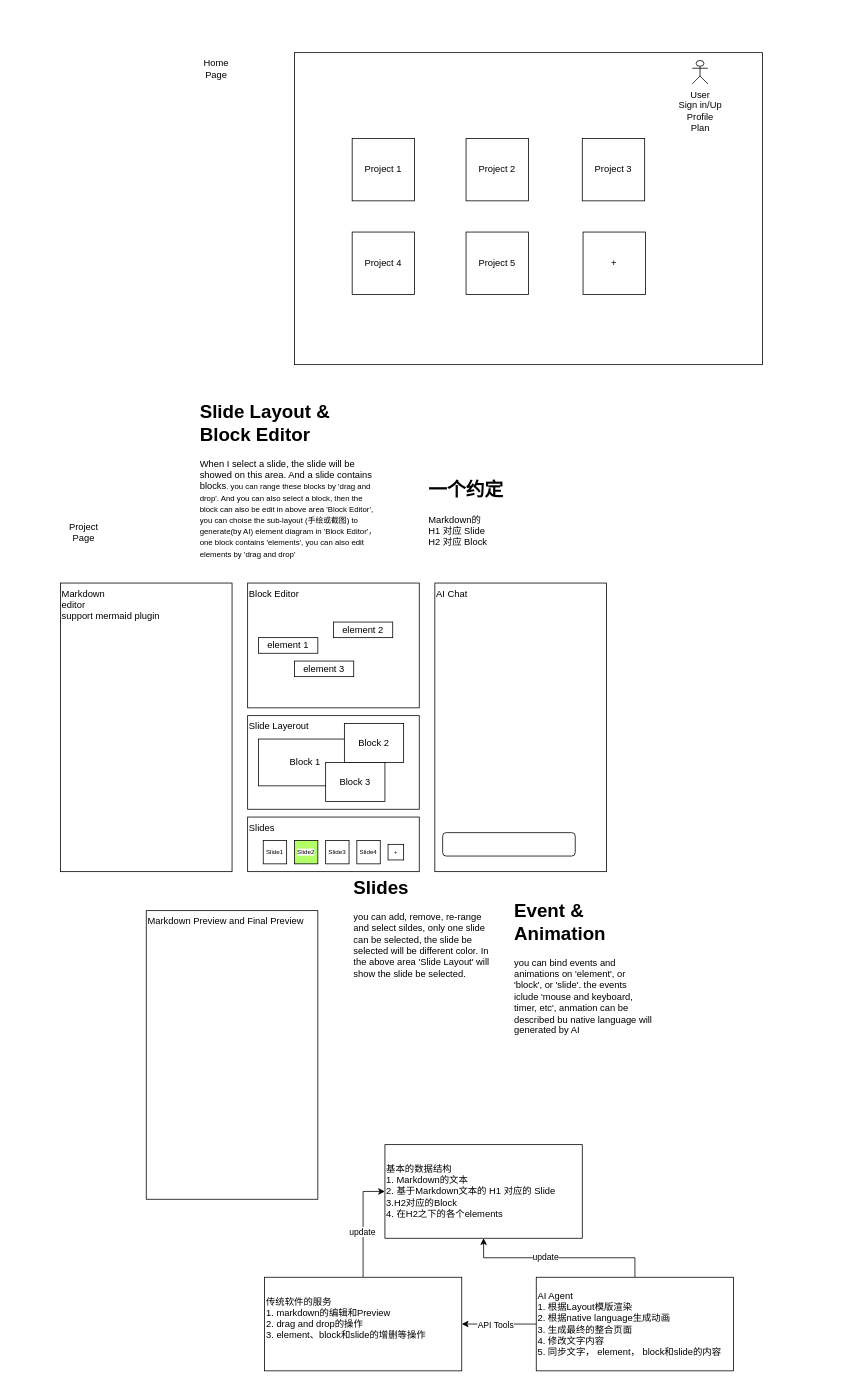
The draw.io diagram 未命名绘图.drawio in quboqin/drawio, before the edit. Source tidied: cells renumbered, new cells numbered last; positions are measured from the earlier drawing's top-left corner, leaving out a move shared by most shapes. Both pictures are drawn from the tidied source at 78%, with x=0, y=0 at pixel (60, 52).
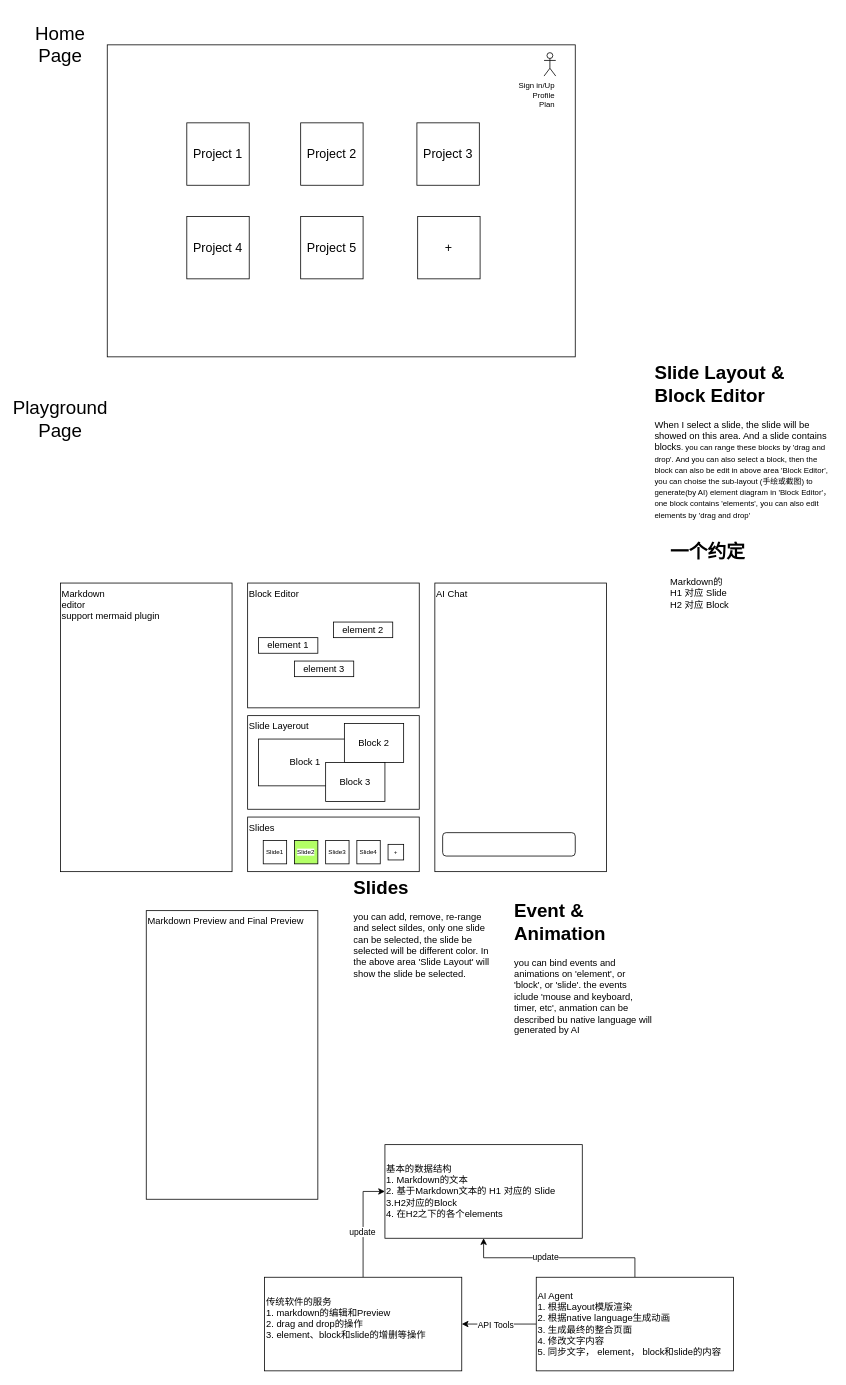
The same page after the edit.

Commit message:
更新未命名绘图.drawio

The edit, as a diff of the source:
```diff
@@
     <mxCell id="16" value="&lt;h1 style=&quot;margin-top: 0px;&quot;&gt;Slide Layout &amp;amp; Block Editor&lt;/h1&gt;&lt;p&gt;When I select a slide, the slide will be showed on this area. And a slide contains blocks&lt;span style=&quot;font-size: 10px;&quot;&gt;. you can range these blocks by 'drag and drop'. And you can also select a block, then the block can also be edit in above area 'Block Editor', you can choise the sub-layout (手绘或截图) to generate(by AI) element diagram in '&lt;/span&gt;&lt;span style=&quot;font-size: 10px; background-color: transparent; color: light-dark(rgb(0, 0, 0), rgb(255, 255, 255));&quot;&gt;Block Editor&lt;/span&gt;&lt;span style=&quot;font-size: 10px; background-color: transparent; color: light-dark(rgb(0, 0, 0), rgb(255, 255, 255));&quot;&gt;'， one block contains 'elements', you can also edit elements by 'drag and drop'&lt;/span&gt;&lt;/p&gt;" style="text;html=1;whiteSpace=wrap;overflow=hidden;rounded=0;" parent="1" vertex="1">
-      <mxGeometry x="177" y="440" width="230" height="240" as="geometry" />
+      <mxGeometry x="760" y="390" width="230" height="240" as="geometry" />
     </mxCell>
     <mxCell id="17" value="&lt;h1 style=&quot;margin-top: 0px;&quot;&gt;一个约定&lt;/h1&gt;&lt;div&gt;Markdown的&lt;/div&gt;&lt;div&gt;H1 对应 Slide&lt;/div&gt;&lt;div&gt;H2 对应 Block&lt;/div&gt;&lt;h1 style=&quot;margin-top: 0px;&quot;&gt;&lt;/h1&gt;" style="text;html=1;whiteSpace=wrap;overflow=hidden;rounded=0;" parent="1" vertex="1">
-      <mxGeometry x="470" y="540" width="180" height="110" as="geometry" />
+      <mxGeometry x="780" y="620" width="180" height="110" as="geometry" />
     </mxCell>
@@
     <mxCell id="34" style="rounded=0;whiteSpace=wrap;html=1;" parent="1" vertex="1">
-      <mxGeometry x="300" width="600" height="400" as="geometry" />
+      <mxGeometry x="60" y="-10" width="600" height="400" as="geometry" />
     </mxCell>
-    <mxCell id="35" value="Home Page" style="text;html=1;align=center;verticalAlign=middle;whiteSpace=wrap;rounded=0;" parent="1" vertex="1">
-      <mxGeometry x="170" y="6" width="60" height="30" as="geometry" />
+    <mxCell id="35" value="Home Page" style="text;html=1;align=center;verticalAlign=middle;whiteSpace=wrap;rounded=0;fontSize=24;" parent="1" vertex="1">
+      <mxGeometry x="-60" y="-50" width="120" height="80" as="geometry" />
     </mxCell>
-    <mxCell id="36" value="User&lt;div&gt;Sign in/Up&lt;/div&gt;&lt;div&gt;Profile&lt;/div&gt;&lt;div&gt;Plan&lt;/div&gt;" style="shape=umlActor;verticalLabelPosition=bottom;verticalAlign=top;html=1;" parent="1" vertex="1">
-      <mxGeometry x="810" y="10" width="20" height="30" as="geometry" />
+    <mxCell id="36" value="&lt;div&gt;Sign in/Up&lt;/div&gt;&lt;div&gt;Profile&lt;/div&gt;&lt;div&gt;Plan&lt;/div&gt;" style="shape=umlActor;verticalLabelPosition=bottom;verticalAlign=top;html=1;fontSize=10;align=right;" parent="1" vertex="1">
+      <mxGeometry x="620" width="15" height="30" as="geometry" />
     </mxCell>
-    <mxCell id="37" value="Project 1" style="whiteSpace=wrap;html=1;" parent="1" vertex="1">
-      <mxGeometry x="374" y="110" width="80" height="80" as="geometry" />
+    <mxCell id="37" value="Project 1" style="whiteSpace=wrap;html=1;fontSize=16;" parent="1" vertex="1">
+      <mxGeometry x="162" y="90" width="80" height="80" as="geometry" />
     </mxCell>
-    <mxCell id="38" value="Project 2" style="whiteSpace=wrap;html=1;" parent="1" vertex="1">
-      <mxGeometry x="520" y="110" width="80" height="80" as="geometry" />
+    <mxCell id="38" value="Project 2" style="whiteSpace=wrap;html=1;fontSize=16;" parent="1" vertex="1">
+      <mxGeometry x="308" y="90" width="80" height="80" as="geometry" />
     </mxCell>
-    <mxCell id="39" value="Project 3" style="whiteSpace=wrap;html=1;" parent="1" vertex="1">
-      <mxGeometry x="669" y="110" width="80" height="80" as="geometry" />
+    <mxCell id="39" value="Project 3" style="whiteSpace=wrap;html=1;fontSize=16;" parent="1" vertex="1">
+      <mxGeometry x="457" y="90" width="80" height="80" as="geometry" />
     </mxCell>
-    <mxCell id="40" value="Project 4" style="whiteSpace=wrap;html=1;" parent="1" vertex="1">
-      <mxGeometry x="374" y="230" width="80" height="80" as="geometry" />
+    <mxCell id="40" value="Project 4" style="whiteSpace=wrap;html=1;fontSize=16;" parent="1" vertex="1">
+      <mxGeometry x="162" y="210" width="80" height="80" as="geometry" />
     </mxCell>
-    <mxCell id="41" value="Project 5" style="whiteSpace=wrap;html=1;" parent="1" vertex="1">
-      <mxGeometry x="520" y="230" width="80" height="80" as="geometry" />
+    <mxCell id="41" value="Project 5" style="whiteSpace=wrap;html=1;fontSize=16;" parent="1" vertex="1">
+      <mxGeometry x="308" y="210" width="80" height="80" as="geometry" />
     </mxCell>
-    <mxCell id="42" value="+" style="whiteSpace=wrap;html=1;" parent="1" vertex="1">
-      <mxGeometry x="670" y="230" width="80" height="80" as="geometry" />
+    <mxCell id="42" value="+" style="whiteSpace=wrap;html=1;fontSize=16;" parent="1" vertex="1">
+      <mxGeometry x="458" y="210" width="80" height="80" as="geometry" />
     </mxCell>
-    <mxCell id="43" value="Project Page" style="text;html=1;align=center;verticalAlign=middle;whiteSpace=wrap;rounded=0;" parent="1" vertex="1">
-      <mxGeometry y="600" width="60" height="30" as="geometry" />
-    </mxCell>
+    <mxCell id="44" value="Playground Page" style="text;html=1;align=center;verticalAlign=middle;whiteSpace=wrap;rounded=0;fontSize=24;" parent="1" vertex="1">
+      <mxGeometry x="-60" y="430" width="120" height="80" as="geometry" />
+    </mxCell>
```
